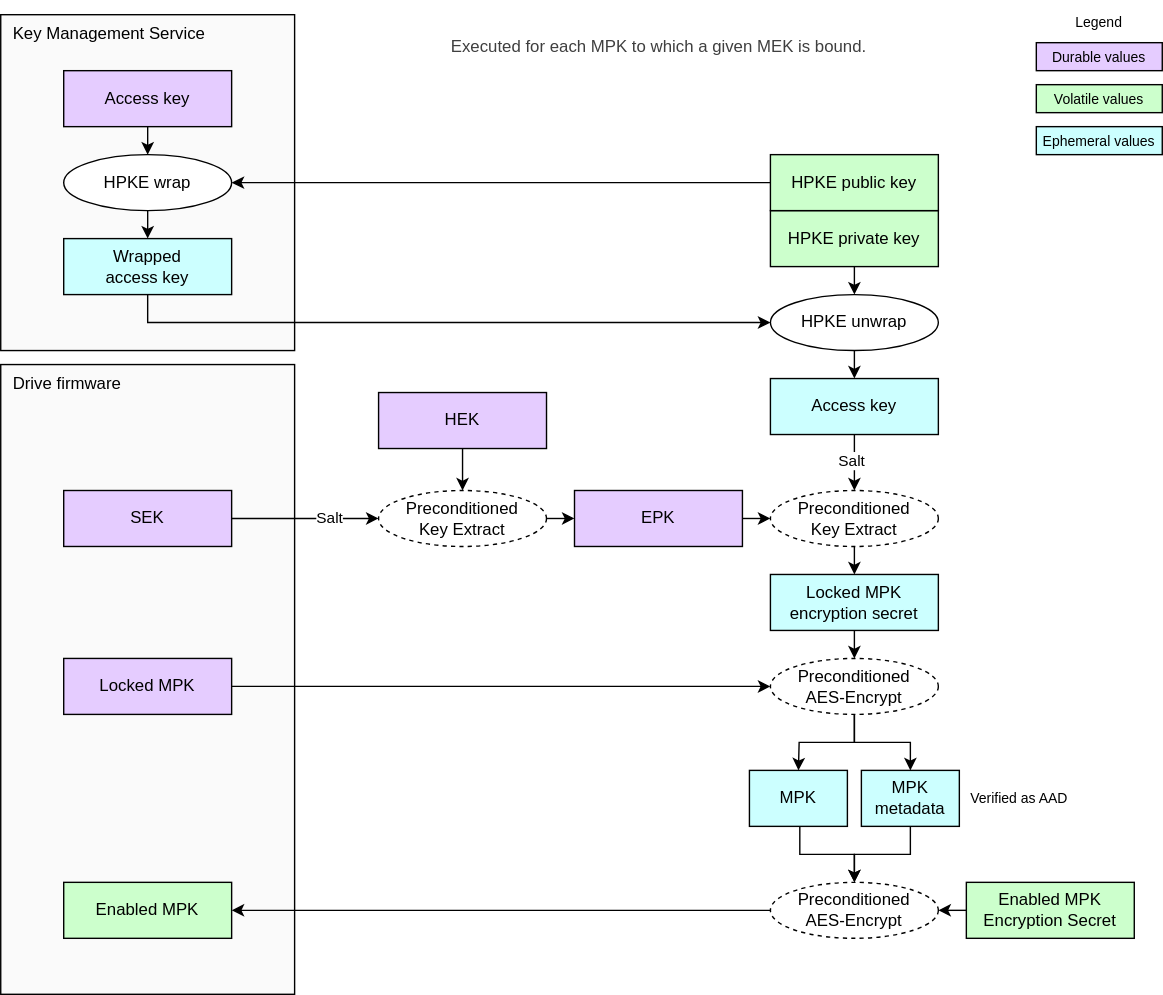
Earlier version of the draw.io export doc/ocp_lock/diagrams/mpk_enable.drawio.svg (chipsalliance/Caliptra). Source tidied: cells renumbered, new cells last; positions are measured from the earlier drawing's top-left corner, leaving out a move shared by most shapes.
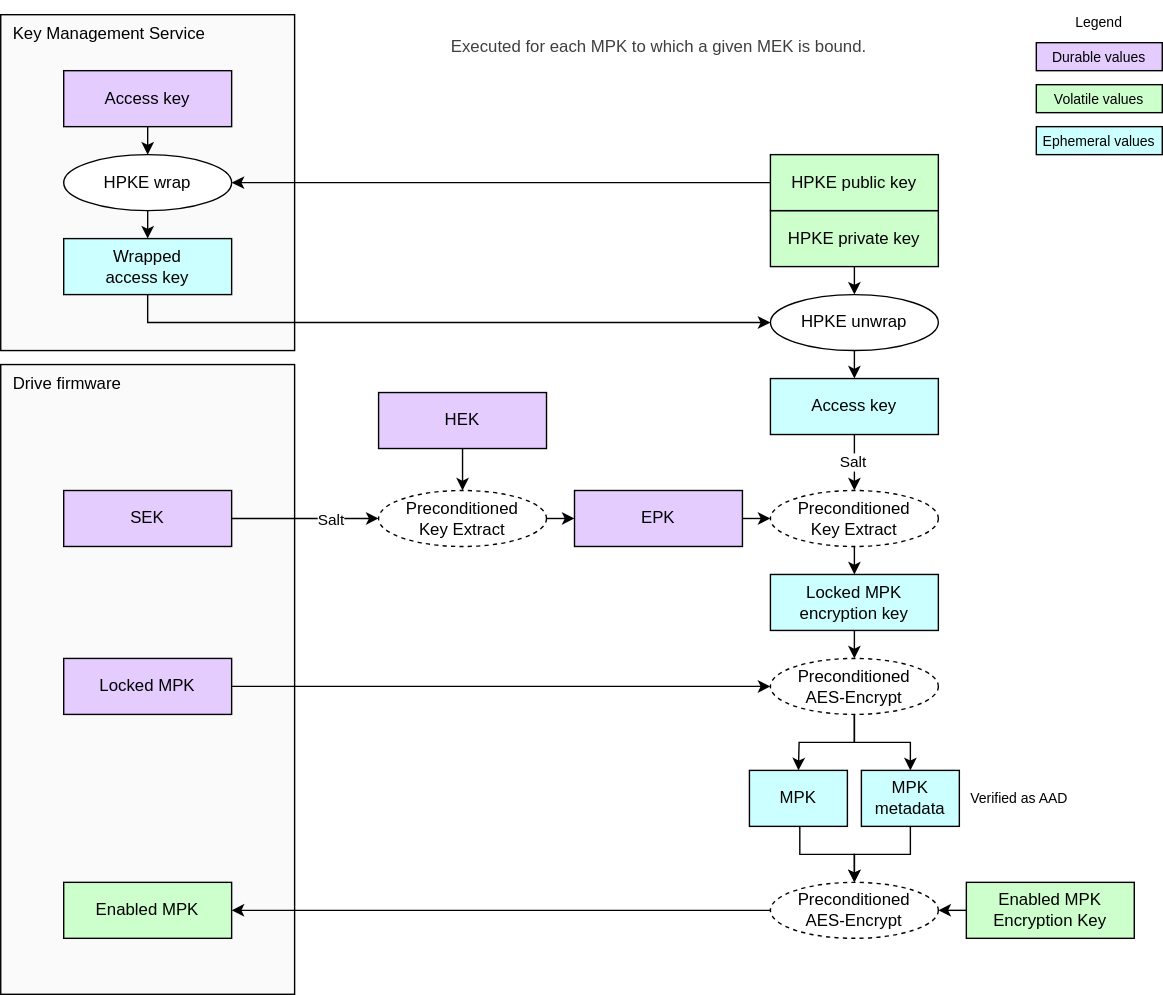
After the commit.

Change to the diagram source:
```diff
@@ -45,7 +45,7 @@
     <mxCell id="13" style="edgeStyle=none;html=1;exitX=0;exitY=0.5;exitDx=0;exitDy=0;entryX=1;entryY=0.5;entryDx=0;entryDy=0;" parent="1" edge="1" source="14" target="15">
       <mxGeometry relative="1" as="geometry" />
     </mxCell>
-    <mxCell id="14" value="&lt;div&gt;&lt;font color=&quot;#000000&quot;&gt;Enabled MPK Encryption Secret&lt;/font&gt;&lt;/div&gt;" style="rounded=0;whiteSpace=wrap;html=1;align=center;verticalAlign=middle;shadow=0;glass=0;spacingLeft=0;spacingBottom=0;spacingTop=0;fillColor=#CCFFCC;" parent="1" vertex="1">
+    <mxCell id="14" value="&lt;div&gt;&lt;font color=&quot;#000000&quot;&gt;Enabled MPK Encryption Key&lt;/font&gt;&lt;/div&gt;" style="rounded=0;whiteSpace=wrap;html=1;align=center;verticalAlign=middle;shadow=0;glass=0;spacingLeft=0;spacingBottom=0;spacingTop=0;fillColor=#CCFFCC;" parent="1" vertex="1">
       <mxGeometry x="690" y="630" width="120" height="40" as="geometry" />
     </mxCell>
     <mxCell id="15" value="Preconditioned&lt;div&gt;AES-Encrypt&lt;/div&gt;" style="ellipse;whiteSpace=wrap;html=1;fillColor=#FFFFFF;dashed=1;" parent="1" vertex="1">
@@ -91,7 +91,7 @@
     <mxCell id="26" value="&lt;div&gt;&lt;font color=&quot;#000000&quot;&gt;HEK&lt;/font&gt;&lt;/div&gt;" style="rounded=0;whiteSpace=wrap;html=1;align=center;verticalAlign=middle;shadow=0;glass=0;spacingLeft=0;spacingBottom=0;spacingTop=0;fillColor=#E5CCFF;" parent="1" vertex="1">
       <mxGeometry x="270" y="280" width="120" height="40" as="geometry" />
     </mxCell>
-    <mxCell id="27" value="&lt;div&gt;&lt;font color=&quot;#000000&quot;&gt;Locked MPK encryption secret&lt;/font&gt;&lt;/div&gt;" style="rounded=0;whiteSpace=wrap;html=1;align=center;verticalAlign=middle;shadow=0;glass=0;spacingLeft=0;spacingBottom=0;spacingTop=0;fillColor=#CCFFFF;" parent="1" vertex="1">
+    <mxCell id="27" value="&lt;div&gt;&lt;font color=&quot;#000000&quot;&gt;Locked MPK encryption key&lt;/font&gt;&lt;/div&gt;" style="rounded=0;whiteSpace=wrap;html=1;align=center;verticalAlign=middle;shadow=0;glass=0;spacingLeft=0;spacingBottom=0;spacingTop=0;fillColor=#CCFFFF;" parent="1" vertex="1">
       <mxGeometry x="550" y="410" width="120" height="40" as="geometry" />
     </mxCell>
     <mxCell id="28" style="endArrow=classic;html=1;exitX=0.5;exitY=1;exitDx=0;exitDy=0;entryX=0.5;entryY=0;entryDx=0;entryDy=0;endSize=6;startSize=6;" parent="1" edge="1" source="43" target="27">
```
